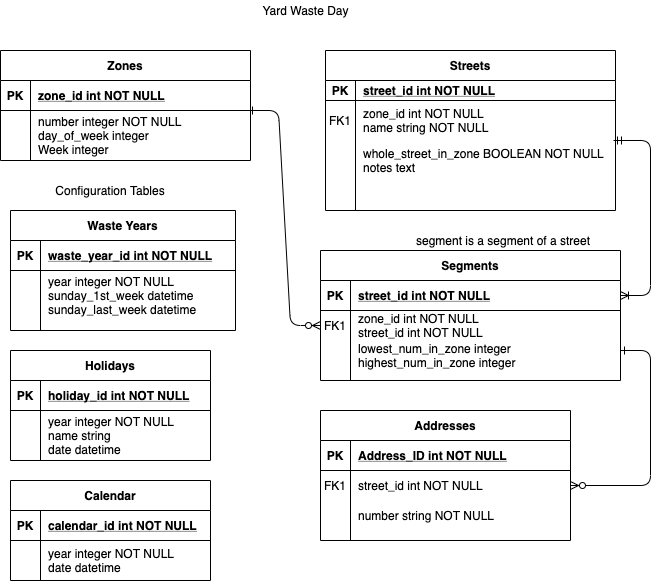
Earlier version of the draw.io export app/assets/images/ER-Diagram-Yard-Waste-Day.png (jkoren/yard-service). Source tidied: cells renumbered, new cells last; positions are measured from the earlier drawing's top-left corner, leaving out a move shared by most shapes.
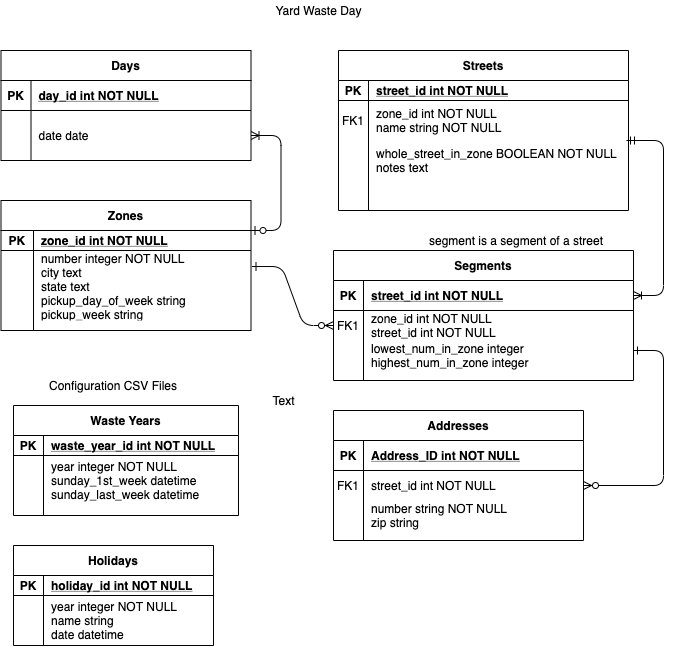
After the commit.

Commit message:
built calendar, created day table, updated seed

The edit, as a diff of the source:
```diff
@@ -64,44 +64,44 @@
     <mxCell id="21" style="shape=partialRectangle;overflow=hidden;fillColor=none;top=0;left=0;bottom=0;right=0;" parent="20" vertex="1">
       <mxGeometry width="30" height="30" as="geometry" />
     </mxCell>
-    <mxCell id="22" value="number string NOT NULL" style="shape=partialRectangle;overflow=hidden;fillColor=none;top=0;left=0;bottom=0;right=0;align=left;spacingLeft=6;" parent="20" vertex="1">
+    <mxCell id="22" value="number string NOT NULL&#10;zip string" style="shape=partialRectangle;overflow=hidden;fillColor=none;top=0;left=0;bottom=0;right=0;align=left;spacingLeft=6;" parent="20" vertex="1">
       <mxGeometry x="30" width="220" height="30" as="geometry" />
     </mxCell>
     <mxCell id="23" value="Zones" style="shape=table;startSize=30;rowLines=0;fontStyle=1;align=center;" parent="1" vertex="1">
-      <mxGeometry y="50" width="250" height="110" as="geometry" />
+      <mxGeometry x="-12.5" y="200" width="250" height="130" as="geometry" />
     </mxCell>
     <mxCell id="24" style="shape=partialRectangle;fillColor=none;points=[[0,0.5],[1,0.5]];portConstraint=eastwest;top=0;left=0;right=0;bottom=1;" parent="23" vertex="1">
-      <mxGeometry y="30" width="250" height="30" as="geometry" />
+      <mxGeometry y="30" width="250" height="20" as="geometry" />
     </mxCell>
     <mxCell id="25" value="PK" style="shape=partialRectangle;overflow=hidden;fillColor=none;top=0;left=0;bottom=0;right=0;fontStyle=1;" parent="24" vertex="1">
-      <mxGeometry width="30" height="30" as="geometry" />
+      <mxGeometry width="32.5" height="20" as="geometry" />
     </mxCell>
     <mxCell id="26" value="zone_id int NOT NULL " style="shape=partialRectangle;overflow=hidden;fillColor=none;top=0;left=0;bottom=0;right=0;align=left;spacingLeft=6;fontStyle=5;" parent="24" vertex="1">
-      <mxGeometry x="30" width="220" height="30" as="geometry" />
+      <mxGeometry x="32.5" width="217.5" height="20" as="geometry" />
     </mxCell>
     <mxCell id="27" style="shape=partialRectangle;fillColor=none;points=[[0,0.5],[1,0.5]];portConstraint=eastwest;top=0;left=0;right=0;bottom=0;" parent="23" vertex="1">
-      <mxGeometry y="60" width="250" height="50" as="geometry" />
+      <mxGeometry y="50" width="250" height="70" as="geometry" />
     </mxCell>
     <mxCell id="28" style="shape=partialRectangle;overflow=hidden;fillColor=none;top=0;left=0;bottom=0;right=0;" parent="27" vertex="1">
-      <mxGeometry width="30" height="50" as="geometry" />
+      <mxGeometry width="32.5" height="70" as="geometry" />
     </mxCell>
-    <mxCell id="29" value="number integer NOT NULL&#10;day_of_week integer &#10;Week integer " style="shape=partialRectangle;overflow=hidden;fillColor=none;top=0;left=0;bottom=0;right=0;align=left;spacingLeft=6;" parent="27" vertex="1">
-      <mxGeometry x="30" width="220" height="50" as="geometry" />
+    <mxCell id="29" value="number integer NOT NULL&#10;city text&#10;state text&#10;pickup_day_of_week string &#10;pickup_week string " style="shape=partialRectangle;overflow=hidden;fillColor=none;top=0;left=0;bottom=0;right=0;align=left;spacingLeft=6;" parent="27" vertex="1">
+      <mxGeometry x="32.5" width="217.5" height="70" as="geometry" />
     </mxCell>
     <mxCell id="30" value="Waste Years" style="shape=table;startSize=30;rowLines=0;fontStyle=1;align=center;" parent="1" vertex="1">
-      <mxGeometry x="10" y="210" width="225" height="120" as="geometry" />
+      <mxGeometry y="405" width="225" height="110" as="geometry" />
     </mxCell>
     <mxCell id="31" style="shape=partialRectangle;fillColor=none;top=0;left=0;right=0;bottom=1;" parent="30" vertex="1">
-      <mxGeometry y="30" width="225" height="30" as="geometry" />
+      <mxGeometry y="30" width="225" height="20" as="geometry" />
     </mxCell>
     <mxCell id="32" value="PK" style="shape=partialRectangle;overflow=hidden;fillColor=none;top=0;left=0;bottom=0;right=0;fontStyle=1;" parent="31" vertex="1">
-      <mxGeometry width="30" height="30" as="geometry" />
+      <mxGeometry width="30" height="20" as="geometry" />
     </mxCell>
     <mxCell id="33" value="waste_year_id int NOT NULL " style="shape=partialRectangle;overflow=hidden;fillColor=none;top=0;left=0;bottom=0;right=0;align=left;spacingLeft=6;fontStyle=5;" parent="31" vertex="1">
-      <mxGeometry x="30" width="195" height="30" as="geometry" />
+      <mxGeometry x="30" width="195" height="20" as="geometry" />
     </mxCell>
     <mxCell id="34" style="shape=partialRectangle;fillColor=none;top=0;left=0;right=0;bottom=0;" parent="30" vertex="1">
-      <mxGeometry y="60" width="225" height="50" as="geometry" />
+      <mxGeometry y="50" width="225" height="50" as="geometry" />
     </mxCell>
     <mxCell id="35" style="shape=partialRectangle;overflow=hidden;fillColor=none;top=0;left=0;bottom=0;right=0;" parent="34" vertex="1">
       <mxGeometry width="30" height="50" as="geometry" />
@@ -109,23 +109,23 @@
     <mxCell id="36" value="year integer NOT NULL&#10;sunday_1st_week datetime&#10;sunday_last_week datetime" style="shape=partialRectangle;overflow=hidden;fillColor=none;top=0;left=0;bottom=0;right=0;align=left;spacingLeft=6;" parent="34" vertex="1">
       <mxGeometry x="30" width="195" height="50" as="geometry" />
     </mxCell>
-    <mxCell id="37" value="Configuration Tables" style="text;html=1;strokeColor=none;fillColor=none;align=center;verticalAlign=middle;whiteSpace=wrap;rounded=0;" parent="1" vertex="1">
-      <mxGeometry x="35" y="180" width="150" height="20" as="geometry" />
+    <mxCell id="37" value="Configuration CSV Files" style="text;html=1;strokeColor=none;fillColor=none;align=center;verticalAlign=middle;whiteSpace=wrap;rounded=0;" parent="1" vertex="1">
+      <mxGeometry x="25" y="375" width="150" height="20" as="geometry" />
     </mxCell>
     <mxCell id="38" value="Holidays" style="shape=table;startSize=30;rowLines=0;fontStyle=1;align=center;" parent="1" vertex="1">
-      <mxGeometry x="10" y="350" width="200" height="110" as="geometry" />
+      <mxGeometry y="545" width="200" height="100" as="geometry" />
     </mxCell>
     <mxCell id="39" style="shape=partialRectangle;fillColor=none;top=0;left=0;right=0;bottom=1;" parent="38" vertex="1">
-      <mxGeometry y="30" width="200" height="30" as="geometry" />
+      <mxGeometry y="30" width="200" height="20" as="geometry" />
     </mxCell>
     <mxCell id="40" value="PK" style="shape=partialRectangle;overflow=hidden;fillColor=none;top=0;left=0;bottom=0;right=0;fontStyle=1;" parent="39" vertex="1">
-      <mxGeometry width="30" height="30" as="geometry" />
+      <mxGeometry width="30" height="20" as="geometry" />
     </mxCell>
     <mxCell id="41" value="holiday_id int NOT NULL " style="shape=partialRectangle;overflow=hidden;fillColor=none;top=0;left=0;bottom=0;right=0;align=left;spacingLeft=6;fontStyle=5;" parent="39" vertex="1">
-      <mxGeometry x="30" width="170" height="30" as="geometry" />
+      <mxGeometry x="30" width="170" height="20" as="geometry" />
     </mxCell>
     <mxCell id="42" style="shape=partialRectangle;fillColor=none;top=0;left=0;right=0;bottom=0;" parent="38" vertex="1">
-      <mxGeometry y="60" width="200" height="50" as="geometry" />
+      <mxGeometry y="50" width="200" height="50" as="geometry" />
     </mxCell>
     <mxCell id="43" style="shape=partialRectangle;overflow=hidden;fillColor=none;top=0;left=0;bottom=0;right=0;" parent="42" vertex="1">
       <mxGeometry width="30" height="50" as="geometry" />
@@ -133,27 +133,6 @@
     <mxCell id="44" value="year integer NOT NULL&#10;name string&#10;date datetime" style="shape=partialRectangle;overflow=hidden;fillColor=none;top=0;left=0;bottom=0;right=0;align=left;spacingLeft=6;" parent="42" vertex="1">
       <mxGeometry x="30" width="170" height="50" as="geometry" />
     </mxCell>
-    <mxCell id="45" value="Calendar" style="shape=table;startSize=30;rowLines=0;fontStyle=1;align=center;" parent="1" vertex="1">
-      <mxGeometry x="10" y="480" width="200" height="100" as="geometry" />
-    </mxCell>
-    <mxCell id="46" style="shape=partialRectangle;fillColor=none;top=0;left=0;right=0;bottom=1;" parent="45" vertex="1">
-      <mxGeometry y="30" width="200" height="30" as="geometry" />
-    </mxCell>
-    <mxCell id="47" value="PK" style="shape=partialRectangle;overflow=hidden;fillColor=none;top=0;left=0;bottom=0;right=0;fontStyle=1;" parent="46" vertex="1">
-      <mxGeometry width="30" height="30" as="geometry" />
-    </mxCell>
-    <mxCell id="48" value="calendar_id int NOT NULL " style="shape=partialRectangle;overflow=hidden;fillColor=none;top=0;left=0;bottom=0;right=0;align=left;spacingLeft=6;fontStyle=5;" parent="46" vertex="1">
-      <mxGeometry x="30" width="170" height="30" as="geometry" />
-    </mxCell>
-    <mxCell id="49" style="shape=partialRectangle;fillColor=none;top=0;left=0;right=0;bottom=0;" parent="45" vertex="1">
-      <mxGeometry y="60" width="200" height="40" as="geometry" />
-    </mxCell>
-    <mxCell id="50" style="shape=partialRectangle;overflow=hidden;fillColor=none;top=0;left=0;bottom=0;right=0;" parent="49" vertex="1">
-      <mxGeometry width="30" height="40" as="geometry" />
-    </mxCell>
-    <mxCell id="51" value="year integer NOT NULL&#10;date datetime" style="shape=partialRectangle;overflow=hidden;fillColor=none;top=0;left=0;bottom=0;right=0;align=left;spacingLeft=6;" parent="49" vertex="1">
-      <mxGeometry x="30" width="170" height="40" as="geometry" />
-    </mxCell>
     <mxCell id="52" value="Yard Waste Day" style="text;html=1;strokeColor=none;fillColor=none;align=center;verticalAlign=middle;whiteSpace=wrap;rounded=0;" parent="1" vertex="1">
       <mxGeometry x="218" width="175" height="20" as="geometry" />
     </mxCell>
@@ -187,10 +166,8 @@
     <mxCell id="62" value="lowest_num_in_zone integer&#10;highest_num_in_zone integer&#10;" style="shape=partialRectangle;overflow=hidden;fillColor=none;top=0;left=0;bottom=0;right=0;align=left;spacingLeft=6;" parent="60" vertex="1">
       <mxGeometry x="30" width="270" height="40" as="geometry" />
     </mxCell>
-    <mxCell id="63" style="edgeStyle=entityRelationEdgeStyle;endArrow=ERzeroToMany;startArrow=ERone;endFill=1;startFill=0;exitX=1;exitY=0.5;exitDx=0;exitDy=0;entryX=0;entryY=0.5;entryDx=0;entryDy=0;" parent="1" edge="1" target="57">
-      <mxGeometry relative="1" as="geometry">
-        <mxPoint x="248" y="110" as="sourcePoint" />
-      </mxGeometry>
+    <mxCell id="63" style="edgeStyle=entityRelationEdgeStyle;endArrow=ERzeroToMany;startArrow=ERone;endFill=1;startFill=0;exitX=1.004;exitY=0.229;exitDx=0;exitDy=0;entryX=0;entryY=0.5;entryDx=0;entryDy=0;exitPerimeter=0;" parent="1" edge="1" source="27" target="57">
+      <mxGeometry relative="1" as="geometry" />
     </mxCell>
     <mxCell id="64" value="segment is a segment of a street" style="text;html=1;strokeColor=none;fillColor=none;align=center;verticalAlign=middle;whiteSpace=wrap;rounded=0;" parent="1" vertex="1">
       <mxGeometry x="393" y="230" width="220" height="20" as="geometry" />
@@ -200,5 +177,32 @@
         <mxPoint x="613" y="140" as="sourcePoint" />
       </mxGeometry>
     </mxCell>
+    <mxCell id="66" value="Days" style="shape=table;startSize=30;rowLines=0;fontStyle=1;align=center;" parent="1" vertex="1">
+      <mxGeometry x="-12.5" y="50" width="250" height="110" as="geometry" />
+    </mxCell>
+    <mxCell id="67" style="shape=partialRectangle;fillColor=none;top=0;left=0;right=0;bottom=1;" parent="66" vertex="1">
+      <mxGeometry y="30" width="250" height="30" as="geometry" />
+    </mxCell>
+    <mxCell id="47" value="PK" style="shape=partialRectangle;overflow=hidden;fillColor=none;top=0;left=0;bottom=0;right=0;fontStyle=1;" parent="67" vertex="1">
+      <mxGeometry width="30" height="30" as="geometry" />
+    </mxCell>
+    <mxCell id="68" value="day_id int NOT NULL " style="shape=partialRectangle;overflow=hidden;fillColor=none;top=0;left=0;bottom=0;right=0;align=left;spacingLeft=6;fontStyle=5;" parent="67" vertex="1">
+      <mxGeometry x="30" width="220" height="30" as="geometry" />
+    </mxCell>
+    <mxCell id="69" style="shape=partialRectangle;fillColor=none;points=[[0,0.5],[1,0.5]];portConstraint=eastwest;top=0;left=0;right=0;bottom=0;" parent="66" vertex="1">
+      <mxGeometry y="60" width="250" height="50" as="geometry" />
+    </mxCell>
+    <mxCell id="70" style="shape=partialRectangle;overflow=hidden;fillColor=none;top=0;left=0;bottom=0;right=0;" parent="69" vertex="1">
+      <mxGeometry width="30" height="50" as="geometry" />
+    </mxCell>
+    <mxCell id="71" value="date date " style="shape=partialRectangle;overflow=hidden;fillColor=none;top=0;left=0;bottom=0;right=0;align=left;spacingLeft=6;" parent="69" vertex="1">
+      <mxGeometry x="30" width="220" height="50" as="geometry" />
+    </mxCell>
+    <mxCell id="72" style="edgeStyle=entityRelationEdgeStyle;fontSize=12;html=1;endArrow=ERoneToMany;startArrow=ERzeroToOne;entryX=1;entryY=0.5;entryDx=0;entryDy=0;exitX=1;exitY=0;exitDx=0;exitDy=0;exitPerimeter=0;" parent="1" edge="1" source="24" target="69">
+      <mxGeometry relative="1" as="geometry" />
+    </mxCell>
+    <mxCell id="73" value="Text" style="text;html=1;align=center;verticalAlign=middle;fillColor=none;strokeColor=none;rounded=0;" parent="1" vertex="1">
+      <mxGeometry x="250" y="390" width="40" height="20" as="geometry" />
+    </mxCell>
   </root>
 </mxGraphModel>
```
